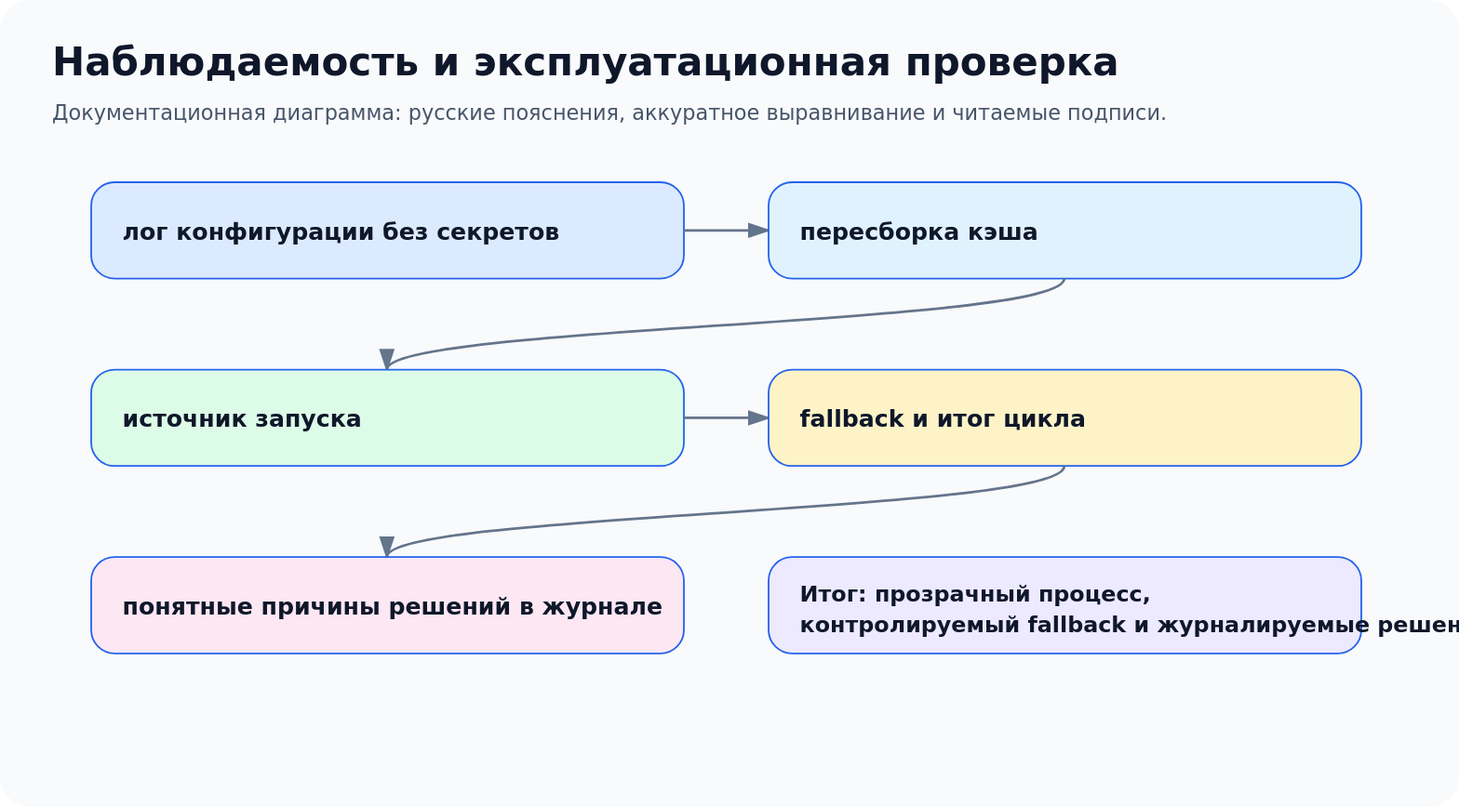
Above: docs/diagrams/observability-checklist.svg in psokolov25/DoctorAssignment (PlantUML), before the change. Its source is kept beside it as docs/plantuml/observability-checklist.puml.
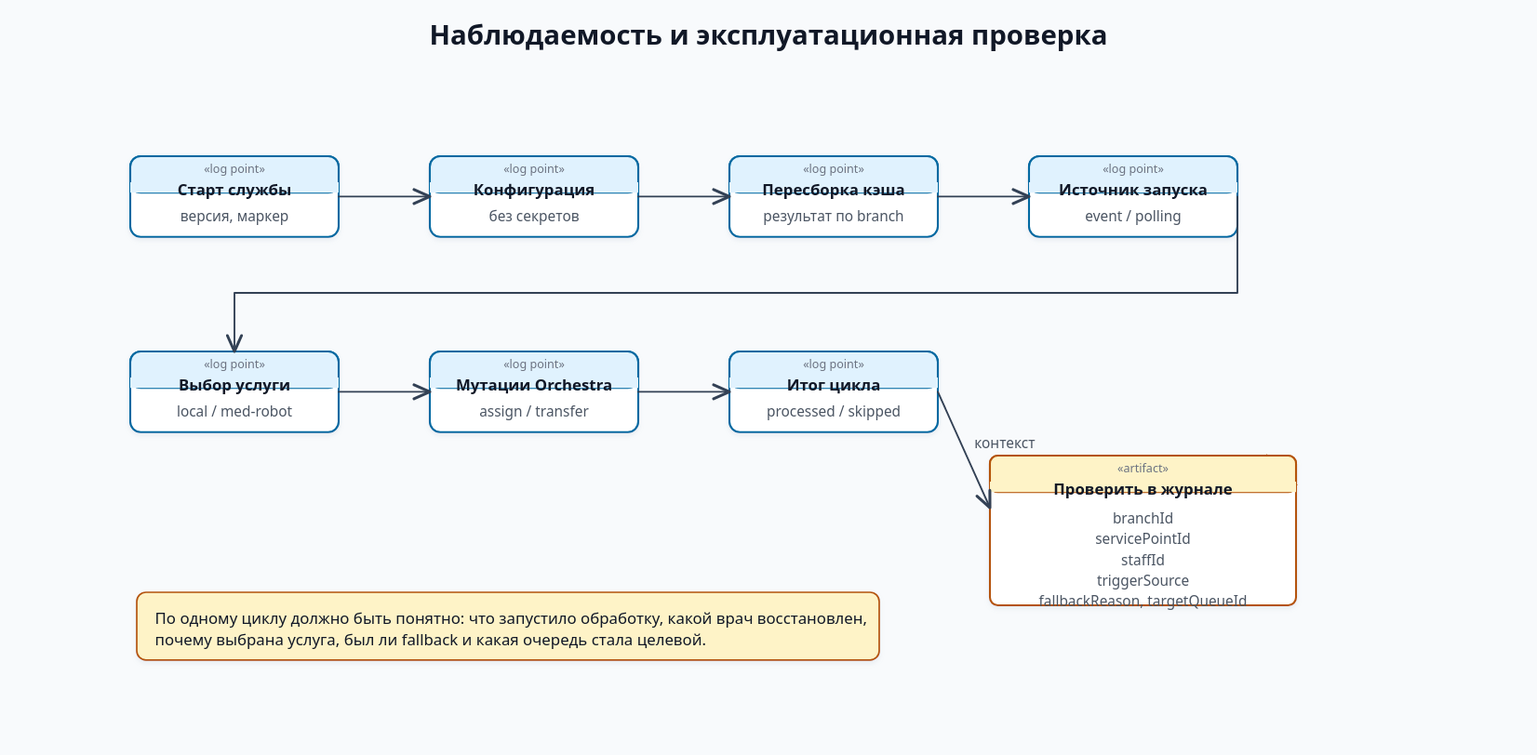
After the commit.

The edit, as a diff of the source:
```diff
@@ -1,38 +1,97 @@
 @startuml
+title Наблюдаемость и эксплуатационная проверка
+
 skinparam backgroundColor #F8FAFC
-skinparam defaultFontName "DejaVu Sans"
 skinparam shadowing false
-skinparam ArrowColor #475569
-skinparam rectangle {
+skinparam defaultFontName "Segoe UI"
+skinparam defaultFontSize 13
+skinparam defaultTextAlignment center
+skinparam wrapWidth 170
+skinparam maxMessageSize 120
+skinparam linetype ortho
+skinparam ArrowColor #334155
+skinparam ArrowThickness 1.2
+skinparam packageStyle rectangle
+skinparam componentStyle uml2
+skinparam classAttributeIconSize 0
+skinparam handwritten false
+skinparam RoundCorner 6
+skinparam nodesep 38
+skinparam ranksep 46
+skinparam package {
   BackgroundColor #FFFFFF
-  BorderColor #2563EB
-  FontColor #0F172A
-  RoundCorner 14
+  BorderColor #7C3AED
+  FontColor #111827
+}
+skinparam component {
+  BackgroundColor #E0F2FE
+  BorderColor #0369A1
+  FontColor #111827
+}
+skinparam interface {
+  BackgroundColor #F8FAFC
+  BorderColor #64748B
+  FontColor #111827
+}
+skinparam database {
+  BackgroundColor #DCFCE7
+  BorderColor #15803D
+  FontColor #111827
+}
+skinparam artifact {
+  BackgroundColor #FEF3C7
+  BorderColor #B45309
+  FontColor #111827
+}
+skinparam node {
+  BackgroundColor #FFFFFF
+  BorderColor #64748B
+  FontColor #111827
 }
 skinparam note {
-  BackgroundColor #EFF6FF
-  BorderColor #93C5FD
-  FontColor #0F172A
+  BackgroundColor #FEF3C7
+  BorderColor #B45309
+  FontColor #111827
 }
-title Наблюдаемость и эксплуатационная проверка
-rectangle "Старт службы" as Start
-rectangle "Лог конфигурации\nбез паролей и токенов" as Config
-rectangle "Пересборка кэша\nпо отделениям" as Cache
-rectangle "События / расписание\nисточник запуска" as Trigger
-rectangle "Выбор услуги\nлокально или через med-robot" as Select
-rectangle "Мутации Orchestra\nassign-service / transfer-visit" as Mutate
-rectangle "Итог цикла\nprocessed, skipped, fallback" as Result
-Start --> Config
-Config --> Cache
-Cache --> Trigger
-Trigger --> Select
-Select --> Mutate
-Mutate --> Result
-note bottom of Result
-  В журнале должны быть понятны:
-  причина выбора услуги,
-  источник запуска,
-  факт fallback,
-  целевая очередь.
+skinparam actor {
+  BorderColor #475569
+  FontColor #111827
+}
+skinparam sequence {
+  ArrowColor #334155
+  ArrowThickness 1.2
+  LifeLineBorderColor #CBD5E1
+  LifeLineBackgroundColor transparent
+  ParticipantBackgroundColor #E0F2FE
+  ParticipantBorderColor #0369A1
+  ParticipantFontColor #111827
+  GroupBorderColor #94A3B8
+  GroupBackgroundColor transparent
+  GroupFontColor #334155
+  BoxBackgroundColor transparent
+  BoxBorderColor #CBD5E1
+}
+skinparam responseMessageBelowArrow true
+
+left to right direction
+component "Старт службы\nверсия, маркер" <<log point>> as start
+component "Конфигурация\nбез секретов" <<log point>> as cfg
+component "Пересборка кэша\nрезультат по branch" <<log point>> as cache
+component "Источник запуска\nevent / polling" <<log point>> as source
+component "Выбор услуги\nlocal / med-robot" <<log point>> as select
+component "Мутации Orchestra\nassign / transfer" <<log point>> as mutation
+component "Итог цикла\nprocessed / skipped" <<log point>> as result
+artifact "Проверить в журнале\nbranchId\nservicePointId\nstaffId\ntriggerSource\nfallbackReason, targetQueueId" <<checklist>> as checklist
+start ..> cfg
+cfg ..> cache
+cache ..> source
+source ..> select
+select ..> mutation
+mutation ..> result
+result ..> checklist : контекст
+note bottom
+  По одному циклу должно быть понятно: что запустило обработку,
+  какой врач восстановлен, почему выбрана услуга,
+  был ли fallback и какая очередь стала целевой.
 end note
 @enduml
```
